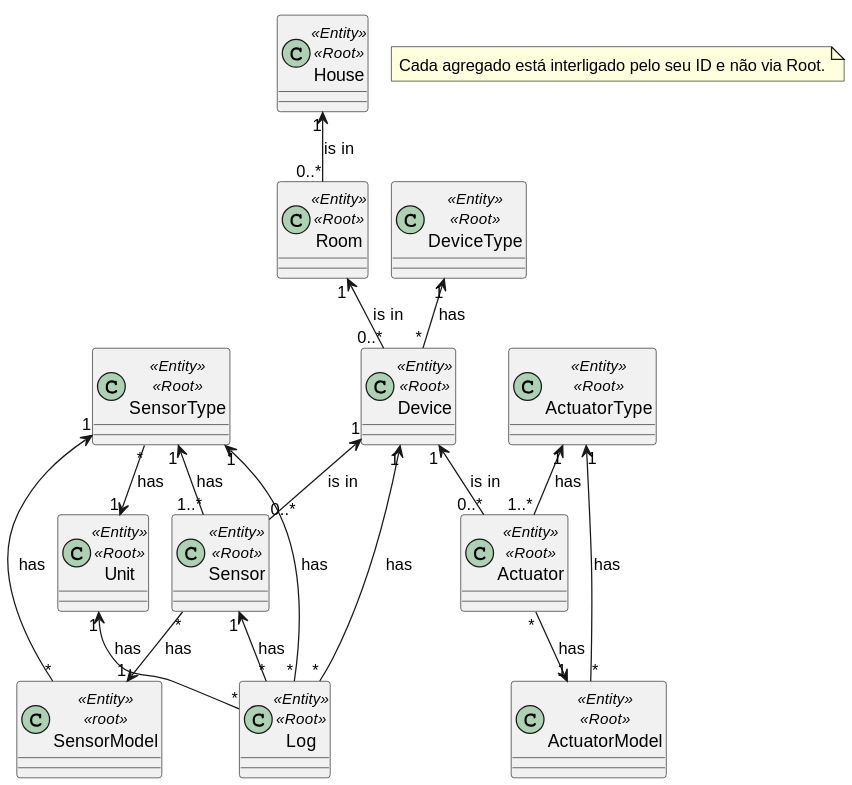
The PlantUML diagram docs/ooa/2.domainEntitiesDiagram/domainEntities_v2.svg in olivDiogo/SmartHome, before a commit. The source it was exported from:
```plantuml
@startuml
!pragma layout smetana


class House<<Entity>><<Root>>{}
class Room<<Entity>><<Root>>{}
class Device<<Entity>><<Root>>{}
class DeviceType<<Entity>><<Root>>{}
class Sensor<<Entity>><<Root>>{}
class Actuator<<Entity>><<Root>>{}
class ActuatorType<<Entity>><<Root>>{}
class ActuatorModel<<Entity>><<Root>>{}
class SensorType<<Entity>><<Root>>{}
class SensorModel<<Entity>><<root>>{}
class Unit<<Entity>><<Root>>{}
class Log<<Entity>><<Root>>{}

note "Cada agregado está interligado pelo seu ID e não via Root." as note



House "1" <-- "0..*" Room : is in >
Room "1" <-- "0..*" Device : is in >
DeviceType "1" <-- "*" Device : has >
Device "1" <-- "0..*" Sensor : is in >
Device "1" <-- "0..*" Actuator : is in >
SensorType "1" <-- "1..*" Sensor : has >
SensorType "*" --> "1" Unit : has >
Sensor "*" --> "1" SensorModel : has >
SensorType "1" <-- "*" SensorModel : has >
ActuatorType "1" <-- "1..*" Actuator : has >
ActuatorType "1" <-- "*" ActuatorModel : has  >
Actuator "*" --> "1" ActuatorModel : has >
Device "1" <-- "*" Log : has >
Sensor "1" <-- "*" Log : has >
Unit "1" <-- "*" Log : has >
SensorType "1" <-- "*" Log : has >
@enduml
```
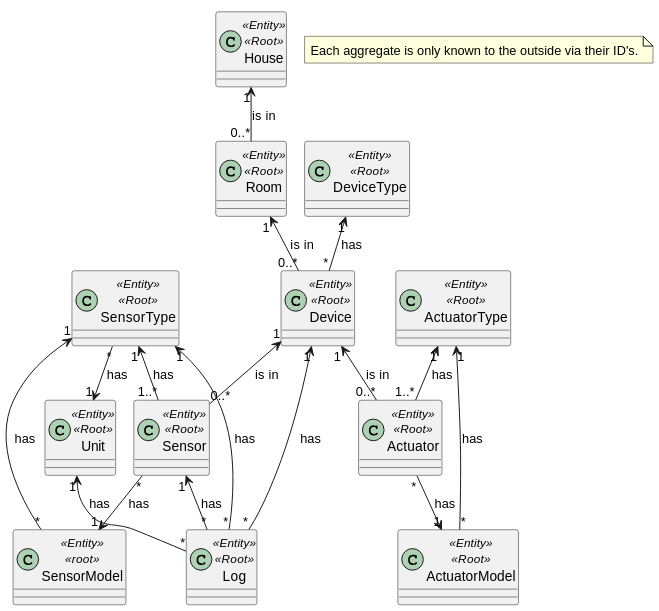
Above is the later version.

Commit message:
domain entities svg diagram

The edit, as a diff of the source:
```diff
@@ -15,7 +15,7 @@
 class Unit<<Entity>><<Root>>{}
 class Log<<Entity>><<Root>>{}
 
-note "Cada agregado está interligado pelo seu ID e não via Root." as note
+note "Each aggregate is only known to the outside via their ID's." as note
 
 
 
```
